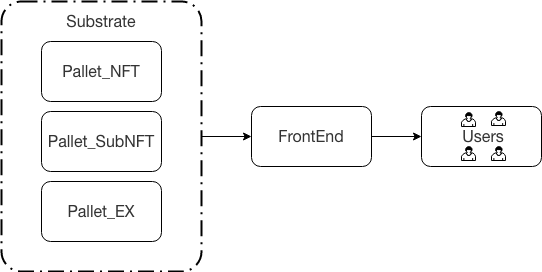
Before: public/images/architecture.png, a diagram exported from draw.io (Starry-Network/frontend_mvp). Source tidied: cells renumbered, new cells last; positions are measured from the earlier drawing's top-left corner, leaving out a move shared by most shapes.
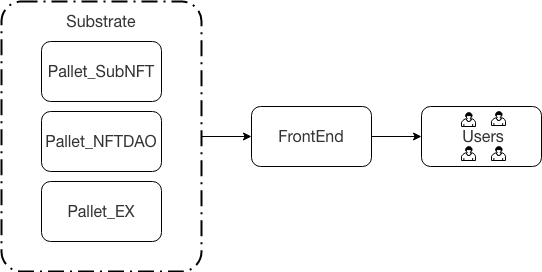
The same diagram one commit later.

The edit, as a diff of the source:
```diff
@@ -8,10 +8,10 @@
     <mxCell id="3" style="rounded=1;arcSize=10;dashed=1;strokeColor=#000000;fillColor=none;gradientColor=none;dashPattern=8 3 1 3;strokeWidth=2;" parent="1" vertex="1">
       <mxGeometry width="200" height="270" as="geometry" />
     </mxCell>
-    <mxCell id="4" value="&lt;span style=&quot;color: rgb(51 , 51 , 51) ; font-family: &amp;#34;open sans&amp;#34; , &amp;#34;clear sans&amp;#34; , &amp;#34;helvetica neue&amp;#34; , &amp;#34;helvetica&amp;#34; , &amp;#34;arial&amp;#34; , sans-serif ; font-size: 16px ; text-align: left ; background-color: rgb(255 , 255 , 255)&quot;&gt;Pallet_NFT&lt;/span&gt;" style="rounded=1;whiteSpace=wrap;html=1;" parent="1" vertex="1">
+    <mxCell id="4" value="&lt;span style=&quot;color: rgb(51 , 51 , 51) ; font-family: &amp;#34;open sans&amp;#34; , &amp;#34;clear sans&amp;#34; , &amp;#34;helvetica neue&amp;#34; , &amp;#34;helvetica&amp;#34; , &amp;#34;arial&amp;#34; , sans-serif ; font-size: 16px ; text-align: left ; background-color: rgb(255 , 255 , 255)&quot;&gt;Pallet_SubNFT&lt;/span&gt;" style="rounded=1;whiteSpace=wrap;html=1;" parent="1" vertex="1">
       <mxGeometry x="40" y="40" width="120" height="60" as="geometry" />
     </mxCell>
-    <mxCell id="5" value="&lt;span style=&quot;color: rgb(51 , 51 , 51) ; font-family: &amp;#34;open sans&amp;#34; , &amp;#34;clear sans&amp;#34; , &amp;#34;helvetica neue&amp;#34; , &amp;#34;helvetica&amp;#34; , &amp;#34;arial&amp;#34; , sans-serif ; font-size: 16px ; text-align: left ; background-color: rgb(255 , 255 , 255)&quot;&gt;Pallet_SubNFT&lt;/span&gt;" style="rounded=1;whiteSpace=wrap;html=1;" parent="1" vertex="1">
+    <mxCell id="5" value="&lt;span style=&quot;color: rgb(51 , 51 , 51) ; font-family: &amp;#34;open sans&amp;#34; , &amp;#34;clear sans&amp;#34; , &amp;#34;helvetica neue&amp;#34; , &amp;#34;helvetica&amp;#34; , &amp;#34;arial&amp;#34; , sans-serif ; font-size: 16px ; text-align: left ; background-color: rgb(255 , 255 , 255)&quot;&gt;Pallet_NFTDAO&lt;/span&gt;" style="rounded=1;whiteSpace=wrap;html=1;" parent="1" vertex="1">
       <mxGeometry x="40" y="110" width="120" height="60" as="geometry" />
     </mxCell>
     <mxCell id="6" value="&lt;span style=&quot;color: rgb(51 , 51 , 51) ; font-family: &amp;#34;open sans&amp;#34; , &amp;#34;clear sans&amp;#34; , &amp;#34;helvetica neue&amp;#34; , &amp;#34;helvetica&amp;#34; , &amp;#34;arial&amp;#34; , sans-serif ; font-size: 16px ; text-align: left ; background-color: rgb(255 , 255 , 255)&quot;&gt;Pallet_EX&lt;/span&gt;" style="rounded=1;whiteSpace=wrap;html=1;" parent="1" vertex="1">
```
